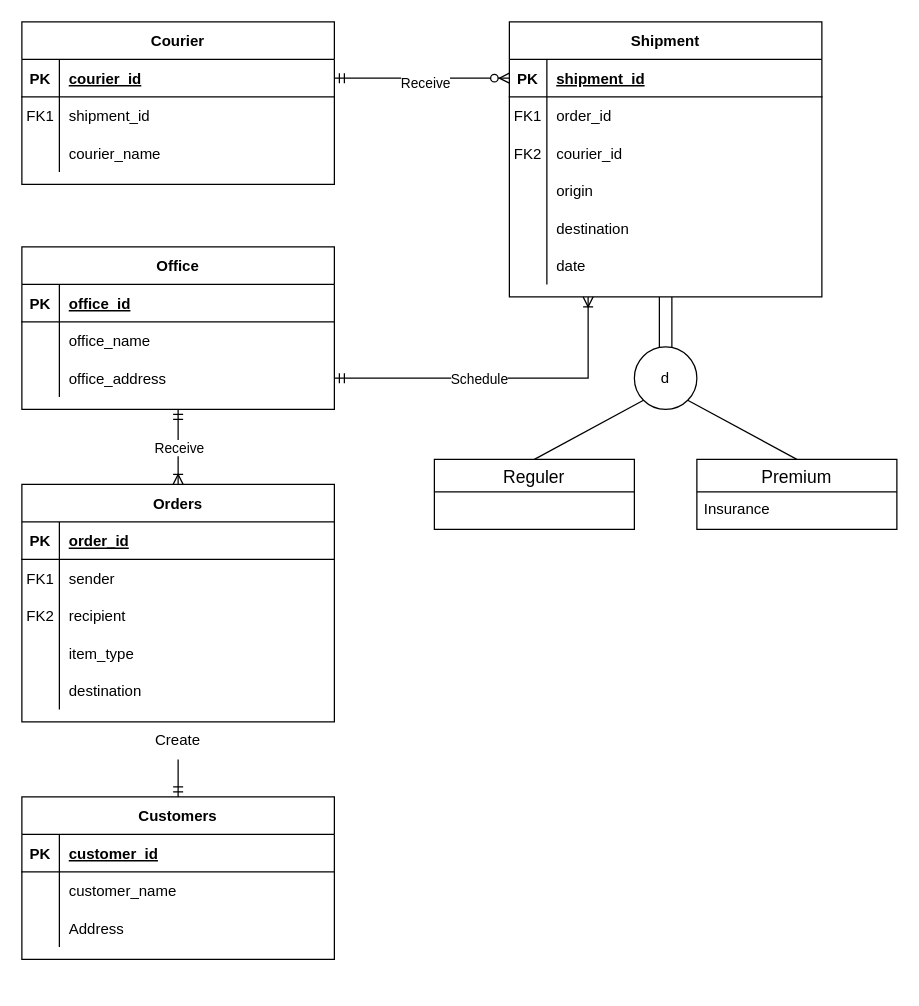
Earlier version of the draw.io diagram page "ERD" (1 of 2) of ERD/ERD_Norm.drawio (jeki-z/dripship). Source tidied: cells renumbered, new cells numbered last; positions are measured from the earlier drawing's top-left corner, leaving out a move shared by most shapes. Both pictures are drawn from the tidied source at 125%, with x=0, y=0 at pixel (21, 21).
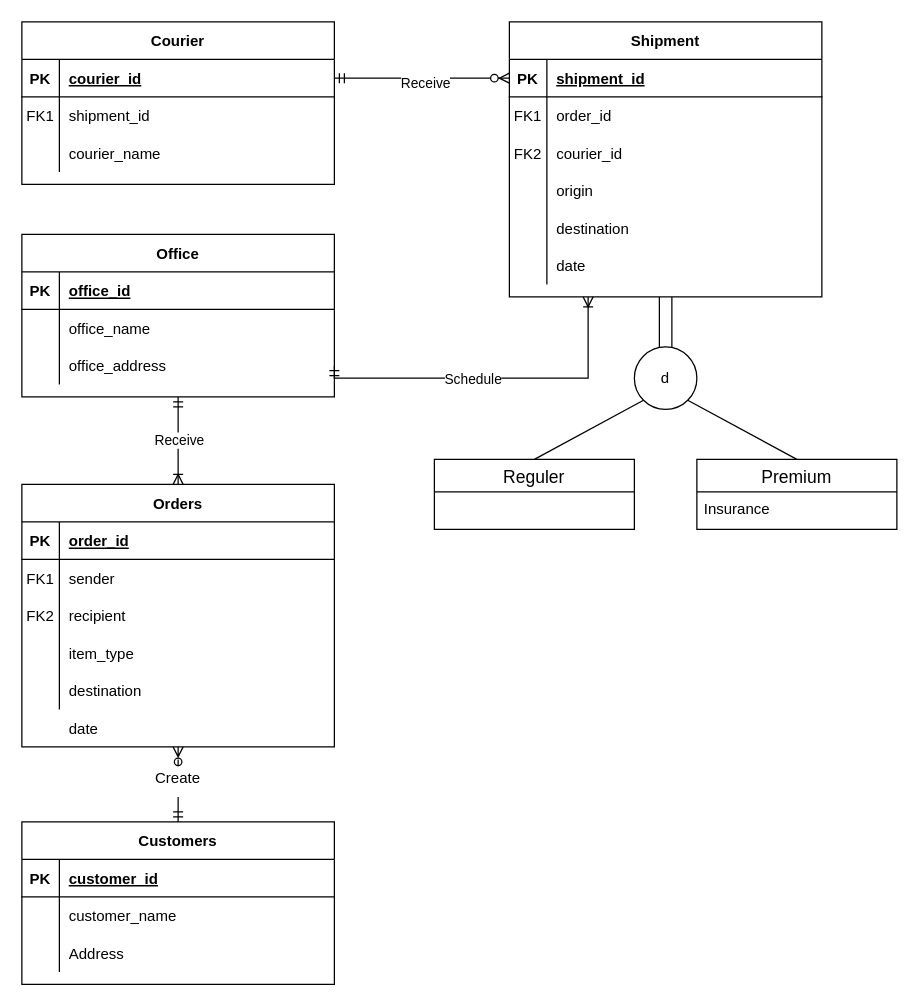
After the change.

The edit, as a diff of the source:
```diff
@@
     <mxCell id="2" value="Orders" style="shape=table;startSize=30;childLayout=tableLayout;rowLines=0;fontStyle=1;align=center;" parent="1" vertex="1">
-      <mxGeometry y="370" width="250" height="190" as="geometry" />
+      <mxGeometry y="370" width="250" height="210" as="geometry" />
     </mxCell>
@@
     <mxCell id="29" value="Customers" style="shape=table;startSize=30;childLayout=tableLayout;rowLines=0;fontStyle=1;align=center;" parent="1" vertex="1">
-      <mxGeometry y="620" width="250" height="130" as="geometry" />
+      <mxGeometry y="640" width="250" height="130" as="geometry" />
     </mxCell>
@@
     <mxCell id="39" value="Office" style="shape=table;startSize=30;childLayout=tableLayout;rowLines=0;fontStyle=1;align=center;" parent="1" vertex="1">
-      <mxGeometry y="180" width="250" height="130" as="geometry" />
+      <mxGeometry y="170" width="250" height="130" as="geometry" />
     </mxCell>
@@
     <mxCell id="82" value="Create" style="text;html=1;strokeColor=none;fillColor=none;align=center;verticalAlign=middle;whiteSpace=wrap;rounded=0;" parent="1" vertex="1">
-      <mxGeometry x="95" y="560" width="60" height="30" as="geometry" />
+      <mxGeometry x="95" y="590" width="60" height="30" as="geometry" />
     </mxCell>
-    <mxCell id="83" style="edgeStyle=orthogonalEdgeStyle;rounded=0;jettySize=auto;html=1;exitX=0.5;exitY=0;exitDx=0;exitDy=0;entryX=0.5;entryY=1;entryDx=0;entryDy=0;endArrow=none;endFill=0;startArrow=ERmandOne;startFill=0;" parent="1" edge="1" source="29" target="82">
-      <mxGeometry relative="1" as="geometry" />
+    <mxCell id="83" style="edgeStyle=orthogonalEdgeStyle;rounded=0;jettySize=auto;html=1;exitX=0.5;exitY=0;exitDx=0;exitDy=0;endArrow=none;endFill=0;startArrow=ERmandOne;startFill=0;" parent="1" edge="1" source="29">
+      <mxGeometry relative="1" as="geometry">
+        <mxPoint x="125" y="620" as="targetPoint" />
+      </mxGeometry>
     </mxCell>
+    <mxCell id="84" style="shape=partialRectangle;fillColor=none;top=0;left=0;bottom=0;right=0;" parent="1" vertex="1">
+      <mxGeometry y="550" width="250" height="30" as="geometry" />
+    </mxCell>
+    <mxCell id="85" style="shape=partialRectangle;fillColor=none;top=0;left=0;bottom=0;right=0;overflow=hidden;" parent="84" vertex="1">
+      <mxGeometry width="30" height="30" as="geometry" />
+    </mxCell>
+    <mxCell id="86" value="date" style="shape=partialRectangle;fillColor=none;top=0;left=0;bottom=0;right=0;align=left;spacingLeft=6;overflow=hidden;" parent="84" vertex="1">
+      <mxGeometry x="30" width="220" height="30" as="geometry" />
+    </mxCell>
```
